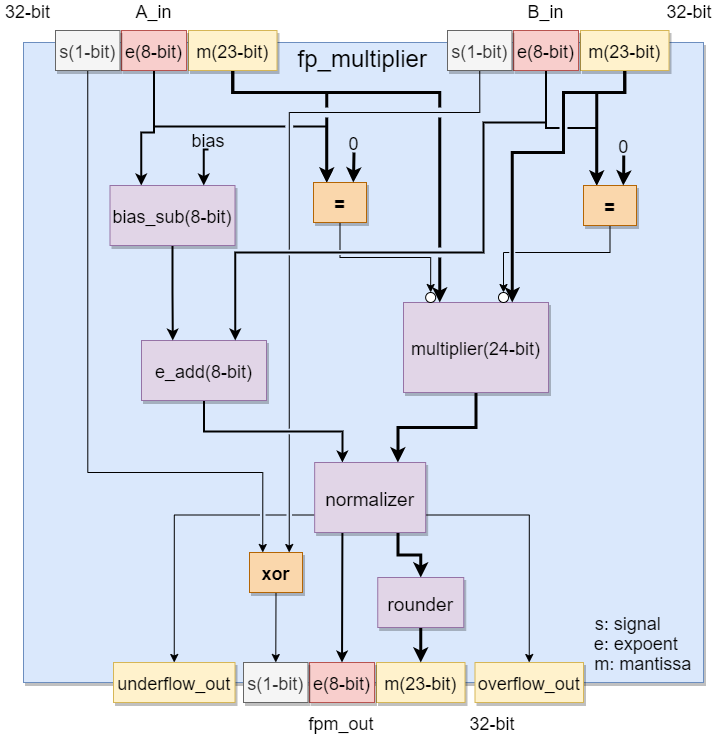
Earlier version of the draw.io export floating_point_multiplier/fp_multiplier_structure.png (UandersonSilva/floating_point). Source tidied: cells renumbered, new cells last; positions are measured from the earlier drawing's top-left corner, leaving out a move shared by most shapes.
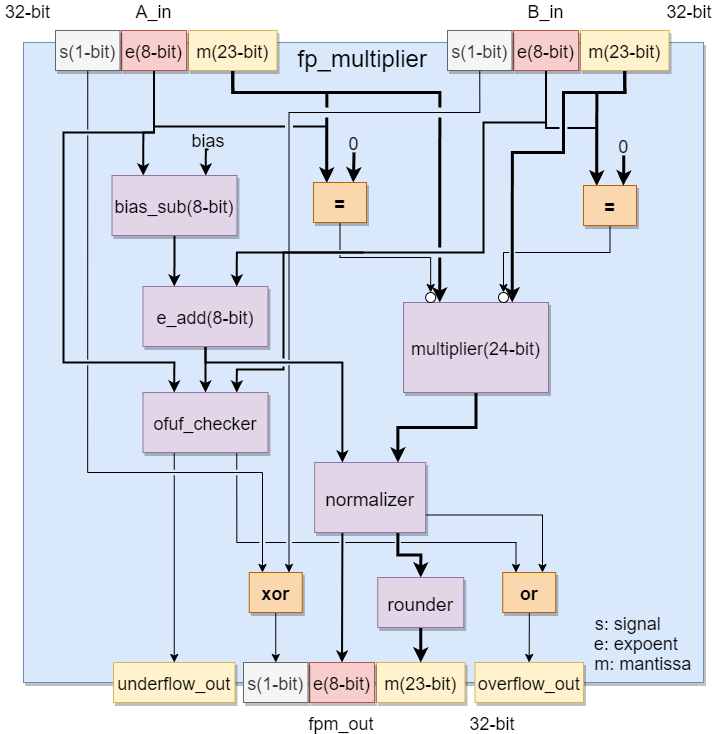
Later version of the same file.

Commit message:
overflow/underflow checker added.

The edit, as a diff of the source:
```diff
@@ -18,10 +18,28 @@
       <mxGeometry width="55" height="20" as="geometry" />
     </mxCell>
     <mxCell id="7" style="edgeStyle=orthogonalEdgeStyle;rounded=0;jettySize=auto;html=1;exitX=0.5;exitY=1;exitDx=0;exitDy=0;entryX=0.25;entryY=0;entryDx=0;entryDy=0;strokeWidth=2;" parent="1" edge="1" source="8" target="39">
-      <mxGeometry relative="1" as="geometry" />
+      <mxGeometry relative="1" as="geometry">
+        <Array as="points">
+          <mxPoint x="205" y="362" />
+          <mxPoint x="342" y="362" />
+        </Array>
+      </mxGeometry>
     </mxCell>
+    <mxCell id="61" style="edgeStyle=orthogonalEdgeStyle;rounded=0;jettySize=auto;html=1;exitX=0.5;exitY=1;exitDx=0;exitDy=0;entryX=0.5;entryY=0;entryDx=0;entryDy=0;strokeWidth=2;" parent="1" edge="1" source="8" target="66">
+      <mxGeometry relative="1" as="geometry" />
+    </mxCell>
+    <mxCell id="62" style="edgeStyle=orthogonalEdgeStyle;rounded=0;jettySize=auto;html=1;entryX=0.75;entryY=0;entryDx=0;entryDy=0;strokeWidth=2;jumpStyle=gap;" parent="1" edge="1" target="66">
+      <mxGeometry relative="1" as="geometry">
+        <mxPoint x="363" y="252" as="sourcePoint" />
+        <Array as="points">
+          <mxPoint x="283" y="252" />
+          <mxPoint x="283" y="369" />
+          <mxPoint x="236" y="369" />
+        </Array>
+      </mxGeometry>
+    </mxCell>
     <mxCell id="8" value="e_add(8-bit)" style="shadow=1;fontSize=18;fillColor=#e1d5e7;strokeColor=#9673a6;" parent="1" vertex="1">
-      <mxGeometry x="141" y="340" width="125" height="60" as="geometry" />
+      <mxGeometry x="142.5" y="286" width="125" height="60" as="geometry" />
     </mxCell>
     <mxCell id="9" style="edgeStyle=orthogonalEdgeStyle;rounded=0;jettySize=auto;html=1;exitX=0.5;exitY=1;exitDx=0;exitDy=0;entryX=0.25;entryY=0;entryDx=0;entryDy=0;strokeWidth=3;jumpStyle=gap;" parent="1" edge="1" source="11" target="52">
       <mxGeometry relative="1" as="geometry">
@@ -50,13 +68,13 @@
     <mxCell id="13" style="edgeStyle=orthogonalEdgeStyle;rounded=0;jettySize=auto;html=1;exitX=0.5;exitY=1;exitDx=0;exitDy=0;strokeWidth=2;entryX=0.25;entryY=0;entryDx=0;entryDy=0;jumpStyle=gap;" parent="1" edge="1" source="15" target="52">
       <mxGeometry relative="1" as="geometry" />
     </mxCell>
-    <mxCell id="14" style="edgeStyle=orthogonalEdgeStyle;rounded=0;jettySize=auto;html=1;exitX=0.5;exitY=1;exitDx=0;exitDy=0;entryX=0.75;entryY=0;entryDx=0;entryDy=0;strokeWidth=2;" parent="1" edge="1" source="15" target="8">
+    <mxCell id="14" style="edgeStyle=orthogonalEdgeStyle;rounded=0;jettySize=auto;html=1;exitX=0.5;exitY=1;exitDx=0;exitDy=0;strokeWidth=2;entryX=0.75;entryY=0;entryDx=0;entryDy=0;" parent="1" edge="1" source="15" target="8">
       <mxGeometry relative="1" as="geometry">
         <Array as="points">
           <mxPoint x="546" y="122" />
           <mxPoint x="483" y="122" />
           <mxPoint x="483" y="252" />
-          <mxPoint x="235" y="252" />
+          <mxPoint x="236" y="252" />
         </Array>
       </mxGeometry>
     </mxCell>
@@ -100,10 +118,20 @@
       <mxGeometry relative="1" as="geometry">
         <Array as="points">
           <mxPoint x="154" y="132" />
-          <mxPoint x="141" y="132" />
+          <mxPoint x="143" y="132" />
         </Array>
       </mxGeometry>
     </mxCell>
+    <mxCell id="63" style="edgeStyle=orthogonalEdgeStyle;rounded=0;jettySize=auto;html=1;exitX=0.5;exitY=1;exitDx=0;exitDy=0;entryX=0.25;entryY=0;entryDx=0;entryDy=0;strokeWidth=2;" parent="1" edge="1" source="23" target="66">
+      <mxGeometry relative="1" as="geometry">
+        <Array as="points">
+          <mxPoint x="154" y="132" />
+          <mxPoint x="63" y="132" />
+          <mxPoint x="63" y="362" />
+          <mxPoint x="174" y="362" />
+        </Array>
+      </mxGeometry>
+    </mxCell>
     <mxCell id="23" value="e(8-bit)" style="shadow=1;fontSize=18;fillColor=#f8cecc;strokeColor=#b85450;" parent="1" vertex="1">
       <mxGeometry x="121" y="30" width="65" height="40" as="geometry" />
     </mxCell>
@@ -143,7 +171,7 @@
       <mxGeometry relative="1" as="geometry" />
     </mxCell>
     <mxCell id="34" value="xor" style="shadow=1;fontSize=18;fillColor=#fad7ac;strokeColor=#b46504;fontStyle=1;" parent="1" vertex="1">
-      <mxGeometry x="249" y="552" width="53" height="40" as="geometry" />
+      <mxGeometry x="248.8" y="572" width="53" height="40" as="geometry" />
     </mxCell>
     <mxCell id="35" style="edgeStyle=orthogonalEdgeStyle;rounded=0;jumpStyle=gap;jettySize=auto;html=1;exitX=0.25;exitY=1;exitDx=0;exitDy=0;entryX=0.5;entryY=0;entryDx=0;entryDy=0;strokeWidth=2;" parent="1" edge="1" source="39" target="29">
       <mxGeometry relative="1" as="geometry" />
@@ -151,12 +179,9 @@
     <mxCell id="36" style="edgeStyle=orthogonalEdgeStyle;rounded=0;jettySize=auto;html=1;exitX=0.75;exitY=1;exitDx=0;exitDy=0;entryX=0.5;entryY=0;entryDx=0;entryDy=0;strokeWidth=3;" parent="1" edge="1" source="39" target="44">
       <mxGeometry relative="1" as="geometry" />
     </mxCell>
-    <mxCell id="37" style="edgeStyle=orthogonalEdgeStyle;rounded=0;jettySize=auto;html=1;exitX=1;exitY=0.75;exitDx=0;exitDy=0;entryX=0.5;entryY=0;entryDx=0;entryDy=0;jumpStyle=gap;" parent="1" edge="1" source="39" target="45">
+    <mxCell id="37" style="edgeStyle=orthogonalEdgeStyle;rounded=0;jettySize=auto;html=1;exitX=1;exitY=0.75;exitDx=0;exitDy=0;entryX=0.75;entryY=0;entryDx=0;entryDy=0;jumpStyle=gap;" parent="1" edge="1" source="39" target="68">
       <mxGeometry relative="1" as="geometry" />
     </mxCell>
-    <mxCell id="38" style="edgeStyle=orthogonalEdgeStyle;rounded=0;jettySize=auto;html=1;exitX=0;exitY=0.75;exitDx=0;exitDy=0;entryX=0.5;entryY=0;entryDx=0;entryDy=0;jumpStyle=gap;" parent="1" edge="1" source="39" target="46">
-      <mxGeometry relative="1" as="geometry" />
-    </mxCell>
     <mxCell id="39" value="normalizer" style="shadow=1;fontSize=19;fillColor=#e1d5e7;strokeColor=#9673a6;" parent="1" vertex="1">
       <mxGeometry x="314.2" y="462" width="111" height="70" as="geometry" />
     </mxCell>
@@ -185,7 +210,7 @@
       <mxGeometry relative="1" as="geometry" />
     </mxCell>
     <mxCell id="48" value="bias_sub(8-bit)" style="shadow=1;fontSize=18;fillColor=#e1d5e7;strokeColor=#9673a6;" parent="1" vertex="1">
-      <mxGeometry x="109.5" y="185" width="125" height="60" as="geometry" />
+      <mxGeometry x="111.5" y="175" width="125" height="60" as="geometry" />
     </mxCell>
     <mxCell id="49" style="edgeStyle=orthogonalEdgeStyle;rounded=0;jettySize=auto;html=1;exitX=0.5;exitY=1;exitDx=0;exitDy=0;entryX=0.75;entryY=0;entryDx=0;entryDy=0;strokeWidth=2;" parent="1" edge="1" source="50" target="48">
       <mxGeometry relative="1" as="geometry" />
@@ -236,5 +261,25 @@
     <mxCell id="60" style="ellipse;whiteSpace=wrap;html=1;" parent="1" vertex="1">
       <mxGeometry x="498" y="292" width="10" height="10" as="geometry" />
     </mxCell>
+    <mxCell id="64" style="edgeStyle=orthogonalEdgeStyle;rounded=0;jettySize=auto;html=1;exitX=0.25;exitY=1;exitDx=0;exitDy=0;entryX=0.5;entryY=0;entryDx=0;entryDy=0;jumpStyle=gap;" parent="1" edge="1" source="66" target="46">
+      <mxGeometry relative="1" as="geometry" />
+    </mxCell>
+    <mxCell id="65" style="edgeStyle=orthogonalEdgeStyle;rounded=0;jumpStyle=gap;jettySize=auto;html=1;exitX=0.75;exitY=1;exitDx=0;exitDy=0;entryX=0.25;entryY=0;entryDx=0;entryDy=0;strokeWidth=1;" parent="1" edge="1" source="66" target="68">
+      <mxGeometry relative="1" as="geometry">
+        <Array as="points">
+          <mxPoint x="236" y="542" />
+          <mxPoint x="516" y="542" />
+        </Array>
+      </mxGeometry>
+    </mxCell>
+    <mxCell id="66" value="ofuf_checker" style="shadow=1;fontSize=18;fillColor=#e1d5e7;strokeColor=#9673a6;" parent="1" vertex="1">
+      <mxGeometry x="142.5" y="392" width="125" height="60" as="geometry" />
+    </mxCell>
+    <mxCell id="67" style="edgeStyle=orthogonalEdgeStyle;rounded=0;jumpStyle=gap;jettySize=auto;html=1;strokeWidth=1;" parent="1" edge="1" source="68" target="45">
+      <mxGeometry relative="1" as="geometry" />
+    </mxCell>
+    <mxCell id="68" value="or" style="shadow=1;fontSize=18;fillColor=#fad7ac;strokeColor=#b46504;fontStyle=1;" parent="1" vertex="1">
+      <mxGeometry x="502.2" y="572" width="53" height="40" as="geometry" />
+    </mxCell>
   </root>
 </mxGraphModel>
```
